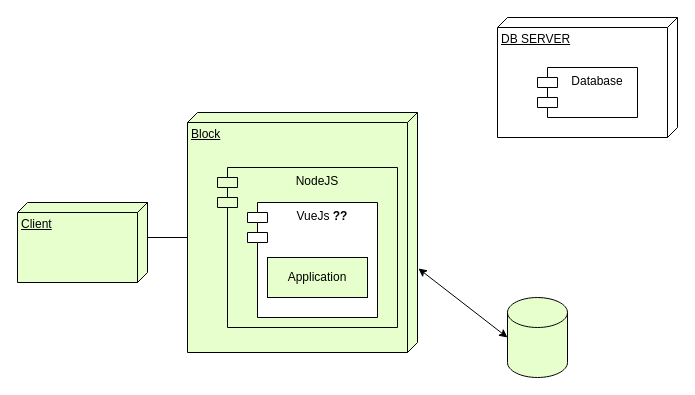
IlonaBaran/oracles keeps this draw.io diagram as page "Page-6" (6 of 6) of UML_diagrams.drawio. Above is the earlier version. Source tidied: cells renumbered, new cells numbered last; positions are measured from the earlier drawing's top-left corner, leaving out a move shared by most shapes. Both pictures are drawn from the tidied source at 100%, with x=0, y=0 at pixel (17, 17).
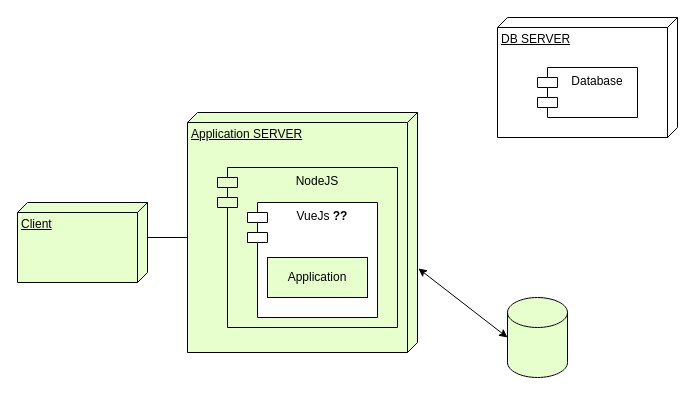
The same diagram, later.

Diff of the diagram source:
```diff
@@
 <mxGraphModel>
   <root>
     <mxCell id="0" />
     <mxCell id="1" parent="0" />
     <mxCell id="2" value="Client" style="verticalAlign=top;align=left;spacingTop=8;spacingLeft=2;spacingRight=12;shape=cube;size=10;direction=south;fontStyle=4;html=1;whiteSpace=wrap;fillColor=#E6FFCC;" parent="1" vertex="1">
       <mxGeometry y="185" width="130" height="80" as="geometry" />
     </mxCell>
-    <mxCell id="3" value="Block" style="verticalAlign=top;align=left;spacingTop=8;spacingLeft=2;spacingRight=12;shape=cube;size=10;direction=south;fontStyle=4;html=1;whiteSpace=wrap;fillColor=#E6FFCC;" parent="1" vertex="1">
+    <mxCell id="3" value="Application SERVER" style="verticalAlign=top;align=left;spacingTop=8;spacingLeft=2;spacingRight=12;shape=cube;size=10;direction=south;fontStyle=4;html=1;whiteSpace=wrap;fillColor=#E6FFCC;" parent="1" vertex="1">
       <mxGeometry x="170" y="95" width="230" height="240" as="geometry" />
     </mxCell>
     <mxCell id="4" value="NodeJS" style="shape=module;align=left;spacingLeft=20;align=center;verticalAlign=top;whiteSpace=wrap;html=1;fillColor=#E6FFCC;" parent="1" vertex="1">
       <mxGeometry x="200" y="150" width="180" height="160" as="geometry" />
     </mxCell>
     <mxCell id="5" style="shape=cylinder3;whiteSpace=wrap;html=1;boundedLbl=1;backgroundOutline=1;size=15;fillColor=#E6FFCC;" parent="1" vertex="1">
       <mxGeometry x="490" y="280" width="60" height="80" as="geometry" />
     </mxCell>
     <mxCell id="6" value="&lt;div&gt;VueJs &lt;b&gt;??&lt;/b&gt;&lt;/div&gt;&lt;div&gt;&lt;br&gt;&lt;/div&gt;" style="shape=module;align=left;spacingLeft=20;align=center;verticalAlign=top;whiteSpace=wrap;html=1;" parent="1" vertex="1">
       <mxGeometry x="230" y="185" width="130" height="115" as="geometry" />
     </mxCell>
     <mxCell id="7" value="Application " style="rounded=0;whiteSpace=wrap;html=1;fillColor=#E6FFCC;" parent="1" vertex="1">
       <mxGeometry x="250" y="240" width="100" height="40" as="geometry" />
     </mxCell>
     <mxCell id="8" value="DB SERVER" style="verticalAlign=top;align=left;spacingTop=8;spacingLeft=2;spacingRight=12;shape=cube;size=10;direction=south;fontStyle=4;html=1;whiteSpace=wrap;" parent="1" vertex="1">
       <mxGeometry x="480" width="180" height="120" as="geometry" />
     </mxCell>
     <mxCell id="9" value="Database" style="shape=module;align=left;spacingLeft=20;align=center;verticalAlign=top;whiteSpace=wrap;html=1;" parent="1" vertex="1">
       <mxGeometry x="520" y="50" width="100" height="50" as="geometry" />
     </mxCell>
     <mxCell id="10" style="endArrow=none;html=1;rounded=0;entryX=0;entryY=0;entryDx=35;entryDy=0;entryPerimeter=0;exitX=0;exitY=0;exitDx=125;exitDy=230;exitPerimeter=0;" parent="1" edge="1" source="3" target="2">
       <mxGeometry relative="1" as="geometry" />
     </mxCell>
     <mxCell id="11" style="endArrow=classic;startArrow=classic;html=1;rounded=0;entryX=0.65;entryY=-0.004;entryDx=0;entryDy=0;entryPerimeter=0;exitX=0;exitY=0.5;exitDx=0;exitDy=0;exitPerimeter=0;" parent="1" edge="1" source="5" target="3">
       <mxGeometry relative="1" as="geometry" />
     </mxCell>
   </root>
 </mxGraphModel>
```
